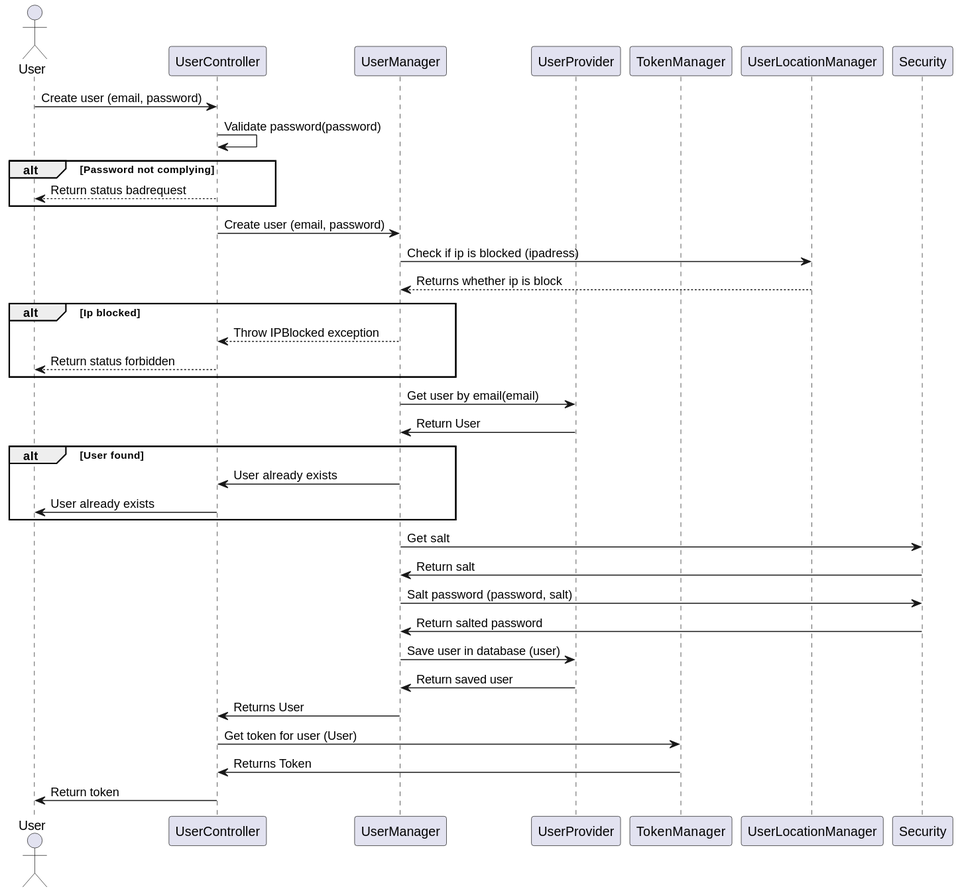
The PlantUML diagram Docs/out/SDDiagrams/CreateUserSD/Create User SD.svg in blackout1471/trust-us-school, before a commit.
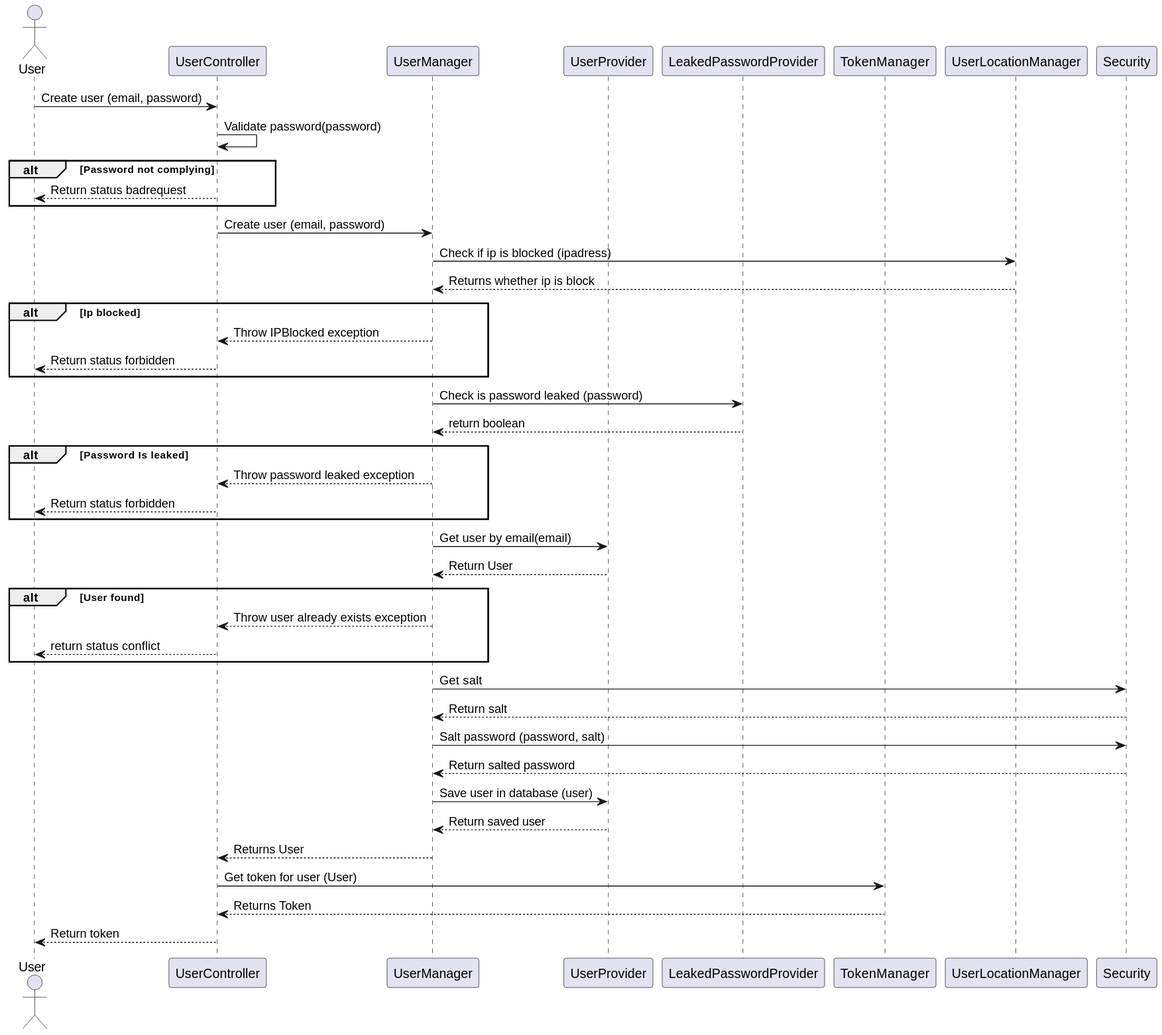
The same diagram one commit later.

The edit, as a diff of the source:
```diff
@@ -5,6 +5,7 @@
 participant UserController
 participant UserManager
 participant UserProvider
+participant LeakedPasswordProvider
 participant TokenManager
 participant UserLocationManager
 participant Security
@@ -27,31 +28,40 @@
 UserController-->User: Return status forbidden
 end
 
+
+UserManager->LeakedPasswordProvider: Check is password leaked (password)
+LeakedPasswordProvider-->UserManager: return boolean
+
+alt Password Is leaked
+UserManager-->UserController: Throw password leaked exception
+UserController-->User: Return status forbidden
+end
+
 UserManager->UserProvider: Get user by email(email)
-UserProvider->UserManager: Return User
+UserProvider-->UserManager: Return User
 
 alt User found
 
-UserManager->UserController: User already exists
-UserController->User: User already exists
+UserManager-->UserController: Throw user already exists exception
+UserController-->User: return status conflict
 
 end
 
 
 UserManager->Security: Get salt
-Security->UserManager: Return salt
+Security-->UserManager: Return salt
 
 UserManager->Security: Salt password (password, salt)
-Security->UserManager: Return salted password
+Security-->UserManager: Return salted password
 
 UserManager->UserProvider: Save user in database (user)
-UserProvider->UserManager: Return saved user
+UserProvider-->UserManager: Return saved user
 
 
-UserManager->UserController: Returns User
+UserManager-->UserController: Returns User
 UserController->TokenManager: Get token for user (User)
-TokenManager->UserController: Returns Token
+TokenManager-->UserController: Returns Token
 
-UserController->User: Return token
+UserController-->User: Return token
 
 @enduml
```
